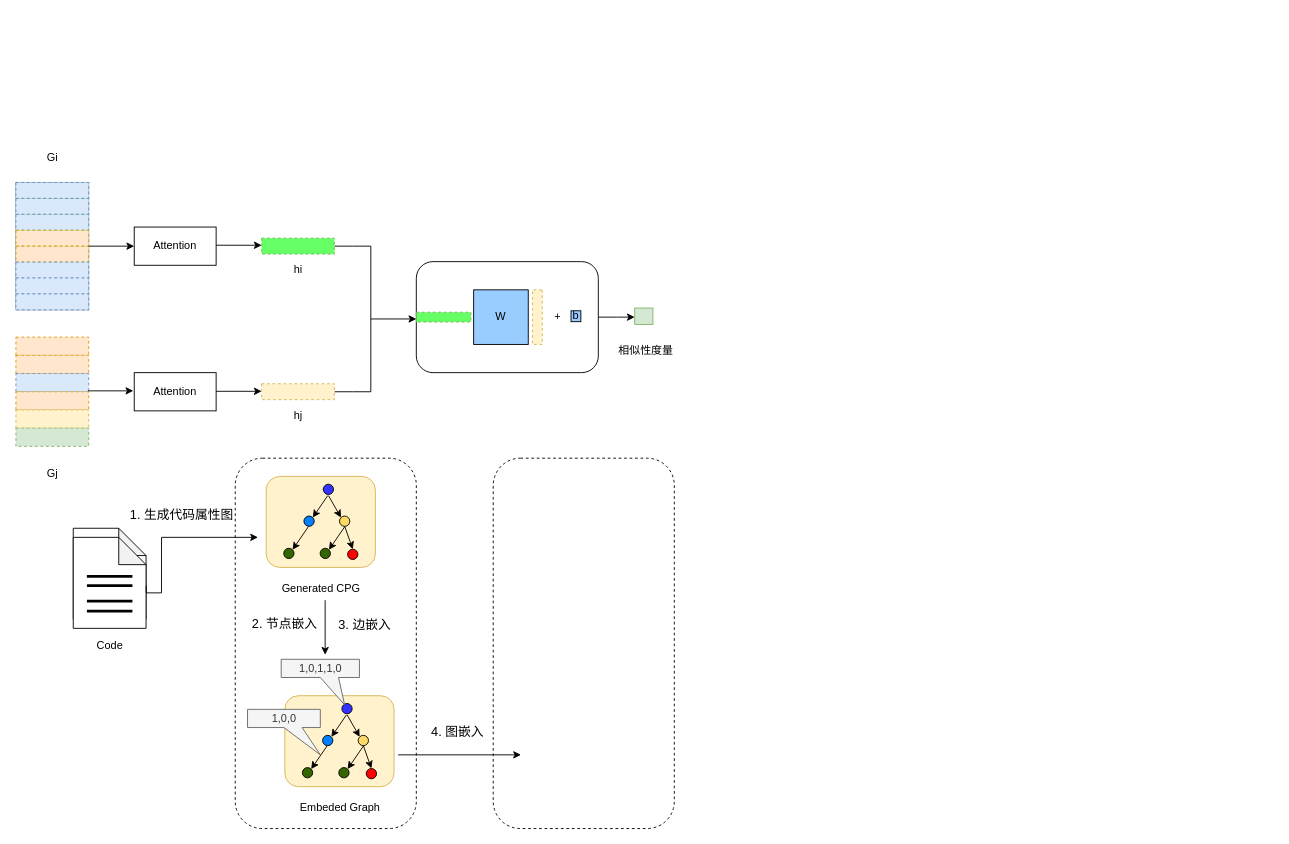
Before: page "第 2 页" (2 of 16) of overview.drawio in LxkdGithub/draw.io, a draw.io diagram. Source tidied: cells renumbered, new cells numbered last; positions are measured from the earlier drawing's top-left corner, leaving out a move shared by most shapes. Both pictures are drawn from the tidied source at 91%, with x=0, y=0 at pixel (15, 144).
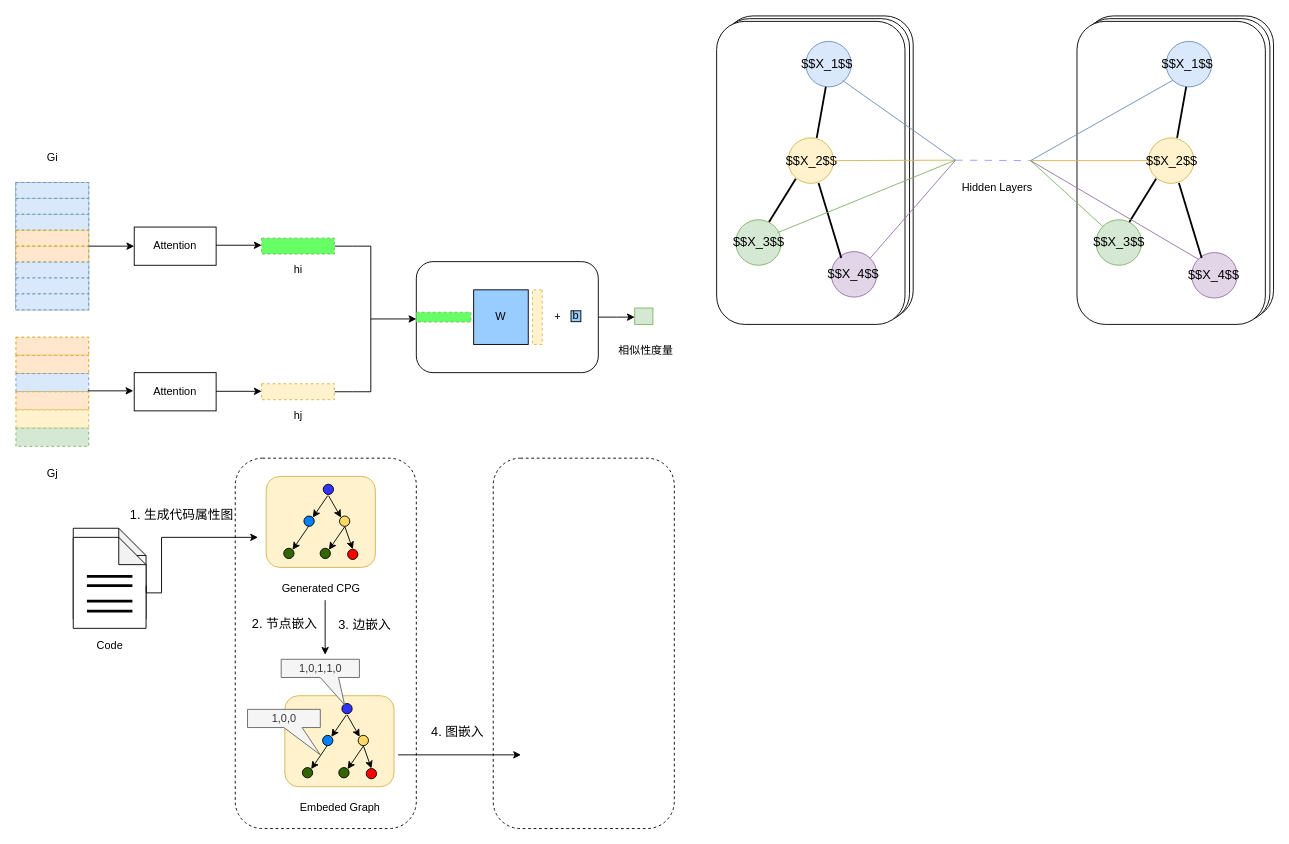
Above is the later version.

The edit, as a diff of the source:
```diff
@@
+    <mxCell id="89" style="rounded=1;whiteSpace=wrap;html=1;" parent="1" vertex="1">
+      <mxGeometry x="779" y="-141" width="207" height="333" as="geometry" />
+    </mxCell>
+    <mxCell id="90" style="rounded=1;whiteSpace=wrap;html=1;" parent="1" vertex="1">
+      <mxGeometry x="775" y="-138" width="207" height="333" as="geometry" />
+    </mxCell>
+    <mxCell id="91" style="rounded=1;whiteSpace=wrap;html=1;" parent="1" vertex="1">
+      <mxGeometry x="770" y="-135" width="207" height="333" as="geometry" />
+    </mxCell>
+    <mxCell id="92" style="ellipse;whiteSpace=wrap;html=1;fillColor=#dae8fc;strokeColor=#6c8ebf;" parent="1" vertex="1">
+      <mxGeometry x="868" y="-113" width="50" height="50" as="geometry" />
+    </mxCell>
+    <mxCell id="93" style="ellipse;whiteSpace=wrap;html=1;fillColor=#fff2cc;strokeColor=#d6b656;" parent="1" vertex="1">
+      <mxGeometry x="848.5" y="-7" width="50" height="50" as="geometry" />
+    </mxCell>
+    <mxCell id="94" style="ellipse;whiteSpace=wrap;html=1;fillColor=#d5e8d4;strokeColor=#82b366;" parent="1" vertex="1">
+      <mxGeometry x="791" y="83" width="50" height="50" as="geometry" />
+    </mxCell>
+    <mxCell id="95" style="ellipse;whiteSpace=wrap;html=1;fillColor=#e1d5e7;strokeColor=#9673a6;" parent="1" vertex="1">
+      <mxGeometry x="896" y="118" width="50" height="50" as="geometry" />
+    </mxCell>
+    <mxCell id="96" style="endArrow=none;html=1;rounded=0;exitX=0.67;exitY=1.012;exitDx=0;exitDy=0;exitPerimeter=0;strokeWidth=2;" parent="1" edge="1">
+      <mxGeometry relative="1" as="geometry">
+        <mxPoint x="882" y="42.6" as="sourcePoint" />
+        <mxPoint x="907" y="125" as="targetPoint" />
+      </mxGeometry>
+    </mxCell>
+    <mxCell id="97" value="&lt;font style=&quot;font-size: 14px;&quot;&gt;$$X_2$$&lt;/font&gt;" style="text;html=1;strokeColor=none;fillColor=none;align=center;verticalAlign=middle;whiteSpace=wrap;rounded=0;" parent="1" vertex="1">
+      <mxGeometry x="857.5" y="3" width="32.5" height="30" as="geometry" />
+    </mxCell>
+    <mxCell id="98" value="&lt;font style=&quot;font-size: 14px;&quot;&gt;$$X_1$$&lt;/font&gt;" style="text;html=1;strokeColor=none;fillColor=none;align=center;verticalAlign=middle;whiteSpace=wrap;rounded=0;" parent="1" vertex="1">
+      <mxGeometry x="875" y="-103" width="32.5" height="30" as="geometry" />
+    </mxCell>
+    <mxCell id="99" value="&lt;font style=&quot;font-size: 14px;&quot;&gt;$$X_3$$&lt;/font&gt;" style="text;html=1;strokeColor=none;fillColor=none;align=center;verticalAlign=middle;whiteSpace=wrap;rounded=0;" parent="1" vertex="1">
+      <mxGeometry x="799.8" y="92" width="32.5" height="30" as="geometry" />
+    </mxCell>
+    <mxCell id="100" value="&lt;font style=&quot;font-size: 14px;&quot;&gt;$$X_4$$&lt;/font&gt;" style="text;html=1;strokeColor=none;fillColor=none;align=center;verticalAlign=middle;whiteSpace=wrap;rounded=0;" parent="1" vertex="1">
+      <mxGeometry x="904" y="128" width="32.5" height="30" as="geometry" />
+    </mxCell>
+    <mxCell id="101" style="endArrow=none;html=1;rounded=0;exitX=0.732;exitY=0.028;exitDx=0;exitDy=0;exitPerimeter=0;strokeWidth=2;" parent="1" edge="1">
+      <mxGeometry relative="1" as="geometry">
+        <mxPoint x="827.6" y="85.4" as="sourcePoint" />
+        <mxPoint x="857" y="38" as="targetPoint" />
+      </mxGeometry>
+    </mxCell>
+    <mxCell id="102" style="endArrow=none;html=1;rounded=0;exitX=0.63;exitY=0;exitDx=0;exitDy=0;strokeWidth=2;exitPerimeter=0;" parent="1" edge="1" source="93">
+      <mxGeometry relative="1" as="geometry">
+        <mxPoint x="890" y="-63" as="targetPoint" />
+      </mxGeometry>
+    </mxCell>
+    <mxCell id="103" style="rounded=1;whiteSpace=wrap;html=1;" parent="1" vertex="1">
+      <mxGeometry x="1175" y="-141" width="207" height="333" as="geometry" />
+    </mxCell>
+    <mxCell id="104" style="rounded=1;whiteSpace=wrap;html=1;" parent="1" vertex="1">
+      <mxGeometry x="1171" y="-138" width="207" height="333" as="geometry" />
+    </mxCell>
+    <mxCell id="105" style="rounded=1;whiteSpace=wrap;html=1;" parent="1" vertex="1">
+      <mxGeometry x="1166" y="-135" width="207" height="333" as="geometry" />
+    </mxCell>
+    <mxCell id="106" style="ellipse;whiteSpace=wrap;html=1;fillColor=#dae8fc;strokeColor=#6c8ebf;" parent="1" vertex="1">
+      <mxGeometry x="1264" y="-113" width="50" height="50" as="geometry" />
+    </mxCell>
+    <mxCell id="107" style="ellipse;whiteSpace=wrap;html=1;fillColor=#fff2cc;strokeColor=#d6b656;" parent="1" vertex="1">
+      <mxGeometry x="1244.5" y="-7" width="50" height="50" as="geometry" />
+    </mxCell>
+    <mxCell id="108" style="ellipse;whiteSpace=wrap;html=1;fillColor=#d5e8d4;strokeColor=#82b366;" parent="1" vertex="1">
+      <mxGeometry x="1187" y="83" width="50" height="50" as="geometry" />
+    </mxCell>
+    <mxCell id="109" style="ellipse;whiteSpace=wrap;html=1;fillColor=#e1d5e7;strokeColor=#9673a6;" parent="1" vertex="1">
+      <mxGeometry x="1292" y="119" width="50" height="50" as="geometry" />
+    </mxCell>
+    <mxCell id="110" style="endArrow=none;html=1;rounded=0;exitX=0.67;exitY=1.012;exitDx=0;exitDy=0;exitPerimeter=0;strokeWidth=2;" parent="1" edge="1">
+      <mxGeometry relative="1" as="geometry">
+        <mxPoint x="1278" y="42.6" as="sourcePoint" />
+        <mxPoint x="1303" y="125" as="targetPoint" />
+      </mxGeometry>
+    </mxCell>
+    <mxCell id="111" value="&lt;font style=&quot;font-size: 14px;&quot;&gt;$$X_2$$&lt;/font&gt;" style="text;html=1;strokeColor=none;fillColor=none;align=center;verticalAlign=middle;whiteSpace=wrap;rounded=0;" parent="1" vertex="1">
+      <mxGeometry x="1253.5" y="3" width="32.5" height="30" as="geometry" />
+    </mxCell>
+    <mxCell id="112" value="&lt;font style=&quot;font-size: 14px;&quot;&gt;$$X_1$$&lt;/font&gt;" style="text;html=1;strokeColor=none;fillColor=none;align=center;verticalAlign=middle;whiteSpace=wrap;rounded=0;" parent="1" vertex="1">
+      <mxGeometry x="1271" y="-103" width="32.5" height="30" as="geometry" />
+    </mxCell>
+    <mxCell id="113" value="&lt;font style=&quot;font-size: 14px;&quot;&gt;$$X_3$$&lt;/font&gt;" style="text;html=1;strokeColor=none;fillColor=none;align=center;verticalAlign=middle;whiteSpace=wrap;rounded=0;" parent="1" vertex="1">
+      <mxGeometry x="1195.8" y="92" width="32.5" height="30" as="geometry" />
+    </mxCell>
+    <mxCell id="114" value="&lt;font style=&quot;font-size: 14px;&quot;&gt;$$X_4$$&lt;/font&gt;" style="text;html=1;strokeColor=none;fillColor=none;align=center;verticalAlign=middle;whiteSpace=wrap;rounded=0;" parent="1" vertex="1">
+      <mxGeometry x="1300" y="129" width="32.5" height="30" as="geometry" />
+    </mxCell>
+    <mxCell id="115" style="endArrow=none;html=1;rounded=0;exitX=0.732;exitY=0.028;exitDx=0;exitDy=0;exitPerimeter=0;strokeWidth=2;" parent="1" edge="1">
+      <mxGeometry relative="1" as="geometry">
+        <mxPoint x="1223.6" y="85.4" as="sourcePoint" />
+        <mxPoint x="1253" y="38" as="targetPoint" />
+      </mxGeometry>
+    </mxCell>
+    <mxCell id="116" style="endArrow=none;html=1;rounded=0;exitX=0.63;exitY=0;exitDx=0;exitDy=0;strokeWidth=2;exitPerimeter=0;" parent="1" edge="1" source="107">
+      <mxGeometry relative="1" as="geometry">
+        <mxPoint x="1286" y="-63" as="targetPoint" />
+      </mxGeometry>
+    </mxCell>
+    <mxCell id="117" style="endArrow=none;html=1;rounded=0;dashed=1;dashPattern=8 8;strokeColor=#9999FF;" parent="1" edge="1">
+      <mxGeometry relative="1" as="geometry">
+        <mxPoint x="1032.5" y="17.5" as="sourcePoint" />
+        <mxPoint x="1115" y="18" as="targetPoint" />
+      </mxGeometry>
+    </mxCell>
+    <mxCell id="118" style="endArrow=none;html=1;rounded=0;fillColor=#dae8fc;strokeColor=#6c8ebf;" parent="1" edge="1">
+      <mxGeometry relative="1" as="geometry">
+        <mxPoint x="908.5" y="-70" as="sourcePoint" />
+        <mxPoint x="1032.5" y="17.5" as="targetPoint" />
+      </mxGeometry>
+    </mxCell>
+    <mxCell id="119" style="endArrow=none;html=1;rounded=0;exitX=1;exitY=0.5;exitDx=0;exitDy=0;fillColor=#fff2cc;strokeColor=#d6b656;" parent="1" edge="1" source="93">
+      <mxGeometry relative="1" as="geometry">
+        <mxPoint x="1032.5" y="17.5" as="targetPoint" />
+      </mxGeometry>
+    </mxCell>
+    <mxCell id="120" style="endArrow=none;html=1;rounded=0;exitX=0.92;exitY=0.284;exitDx=0;exitDy=0;fillColor=#d5e8d4;strokeColor=#82b366;exitPerimeter=0;" parent="1" edge="1" source="94">
+      <mxGeometry relative="1" as="geometry">
+        <mxPoint x="1032.5" y="17.5" as="targetPoint" />
+      </mxGeometry>
+    </mxCell>
+    <mxCell id="121" style="endArrow=none;html=1;rounded=0;exitX=1;exitY=0;exitDx=0;exitDy=0;fillColor=#e1d5e7;strokeColor=#9673a6;" parent="1" edge="1" source="95">
+      <mxGeometry relative="1" as="geometry">
+        <mxPoint x="1032.5" y="17.5" as="targetPoint" />
+      </mxGeometry>
+    </mxCell>
+    <mxCell id="122" style="endArrow=none;html=1;rounded=0;entryX=0;entryY=1;entryDx=0;entryDy=0;fillColor=#dae8fc;strokeColor=#6c8ebf;" parent="1" edge="1" target="106">
+      <mxGeometry relative="1" as="geometry">
+        <mxPoint x="1115" y="18" as="sourcePoint" />
+      </mxGeometry>
+    </mxCell>
+    <mxCell id="123" style="endArrow=none;html=1;rounded=0;entryX=0;entryY=0.5;entryDx=0;entryDy=0;fillColor=#fff2cc;strokeColor=#d6b656;" parent="1" edge="1" target="107">
+      <mxGeometry relative="1" as="geometry">
+        <mxPoint x="1115" y="18" as="sourcePoint" />
+      </mxGeometry>
+    </mxCell>
+    <mxCell id="124" style="endArrow=none;html=1;rounded=0;fillColor=#d5e8d4;strokeColor=#82b366;entryX=0;entryY=0;entryDx=0;entryDy=0;" parent="1" edge="1" target="108">
+      <mxGeometry relative="1" as="geometry">
+        <mxPoint x="1115" y="18" as="sourcePoint" />
+      </mxGeometry>
+    </mxCell>
+    <mxCell id="125" style="endArrow=none;html=1;rounded=0;exitX=0;exitY=0;exitDx=0;exitDy=0;fillColor=#e1d5e7;strokeColor=#9673a6;" parent="1" edge="1" source="109">
+      <mxGeometry relative="1" as="geometry">
+        <mxPoint x="1115" y="18" as="targetPoint" />
+      </mxGeometry>
+    </mxCell>
+    <mxCell id="126" value="Hidden Layers" style="text;html=1;align=center;verticalAlign=middle;strokeColor=none;fillColor=none;" parent="1" vertex="1">
+      <mxGeometry x="1030" y="35" width="95" height="26" as="geometry" />
+    </mxCell>
```
